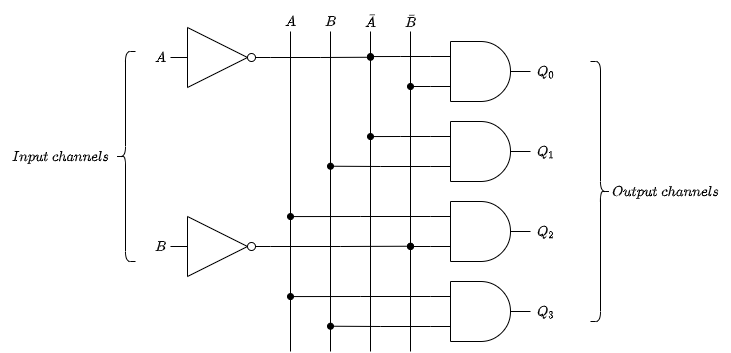
Earlier version of the draw.io export 2x4_decoder.png (pathakshashank17/Digital-Circuit-Diagrams). Source tidied: cells renumbered, new cells last; positions are measured from the earlier drawing's top-left corner, leaving out a move shared by most shapes. Its diagram source:
```xml
<mxGraphModel math="1">
  <root>
    <mxCell id="0" />
    <mxCell id="1" parent="0" />
    <mxCell id="2" style="endArrow=none;html=1;" parent="1" edge="1">
      <mxGeometry relative="1" as="geometry">
        <mxPoint x="290" y="340" as="sourcePoint" />
        <mxPoint x="290" y="20" as="targetPoint" />
      </mxGeometry>
    </mxCell>
    <mxCell id="3" style="endArrow=none;html=1;" parent="1" edge="1">
      <mxGeometry relative="1" as="geometry">
        <mxPoint x="330" y="340" as="sourcePoint" />
        <mxPoint x="330" y="20" as="targetPoint" />
      </mxGeometry>
    </mxCell>
    <mxCell id="4" style="endArrow=none;html=1;" parent="1" edge="1">
      <mxGeometry relative="1" as="geometry">
        <mxPoint x="370" y="340" as="sourcePoint" />
        <mxPoint x="370" y="20" as="targetPoint" />
      </mxGeometry>
    </mxCell>
    <mxCell id="5" style="endArrow=none;html=1;" parent="1" edge="1">
      <mxGeometry relative="1" as="geometry">
        <mxPoint x="410" y="340" as="sourcePoint" />
        <mxPoint x="410" y="20" as="targetPoint" />
      </mxGeometry>
    </mxCell>
    <mxCell id="6" style="edgeStyle=orthogonalEdgeStyle;rounded=0;jettySize=auto;html=1;exitX=0;exitY=0.25;exitDx=0;exitDy=0;exitPerimeter=0;endArrow=oval;endFill=1;" parent="1" edge="1" source="8">
      <mxGeometry relative="1" as="geometry">
        <mxPoint x="370" y="45.1" as="targetPoint" />
      </mxGeometry>
    </mxCell>
    <mxCell id="7" style="edgeStyle=orthogonalEdgeStyle;rounded=0;jettySize=auto;html=1;exitX=0;exitY=0.75;exitDx=0;exitDy=0;exitPerimeter=0;endArrow=oval;endFill=1;" parent="1" edge="1" source="8">
      <mxGeometry relative="1" as="geometry">
        <mxPoint x="410" y="74.7" as="targetPoint" />
      </mxGeometry>
    </mxCell>
    <mxCell id="8" style="verticalLabelPosition=bottom;shadow=0;dashed=0;align=center;html=1;verticalAlign=top;shape=mxgraph.electrical.logic_gates.logic_gate;operation=and;" parent="1" vertex="1">
      <mxGeometry x="430" y="30" width="100" height="60" as="geometry" />
    </mxCell>
    <mxCell id="9" style="edgeStyle=orthogonalEdgeStyle;rounded=0;jettySize=auto;html=1;exitX=0;exitY=0.25;exitDx=0;exitDy=0;exitPerimeter=0;endArrow=oval;endFill=1;" parent="1" edge="1" source="11">
      <mxGeometry relative="1" as="geometry">
        <mxPoint x="370" y="125.1" as="targetPoint" />
      </mxGeometry>
    </mxCell>
    <mxCell id="10" style="edgeStyle=orthogonalEdgeStyle;rounded=0;jettySize=auto;html=1;exitX=0;exitY=0.75;exitDx=0;exitDy=0;exitPerimeter=0;endArrow=oval;endFill=1;" parent="1" edge="1" source="11">
      <mxGeometry relative="1" as="geometry">
        <mxPoint x="330" y="154.7" as="targetPoint" />
      </mxGeometry>
    </mxCell>
    <mxCell id="11" style="verticalLabelPosition=bottom;shadow=0;dashed=0;align=center;html=1;verticalAlign=top;shape=mxgraph.electrical.logic_gates.logic_gate;operation=and;" parent="1" vertex="1">
      <mxGeometry x="430" y="110" width="100" height="60" as="geometry" />
    </mxCell>
    <mxCell id="12" style="edgeStyle=orthogonalEdgeStyle;rounded=0;jettySize=auto;html=1;exitX=0;exitY=0.25;exitDx=0;exitDy=0;exitPerimeter=0;endArrow=oval;endFill=1;" parent="1" edge="1" source="14">
      <mxGeometry relative="1" as="geometry">
        <mxPoint x="290" y="205.1" as="targetPoint" />
      </mxGeometry>
    </mxCell>
    <mxCell id="13" style="edgeStyle=orthogonalEdgeStyle;rounded=0;jettySize=auto;html=1;exitX=0;exitY=0.75;exitDx=0;exitDy=0;exitPerimeter=0;endArrow=oval;endFill=1;" parent="1" edge="1" source="14">
      <mxGeometry relative="1" as="geometry">
        <mxPoint x="410" y="234.7" as="targetPoint" />
      </mxGeometry>
    </mxCell>
    <mxCell id="14" style="verticalLabelPosition=bottom;shadow=0;dashed=0;align=center;html=1;verticalAlign=top;shape=mxgraph.electrical.logic_gates.logic_gate;operation=and;" parent="1" vertex="1">
      <mxGeometry x="430" y="190" width="100" height="60" as="geometry" />
    </mxCell>
    <mxCell id="15" style="edgeStyle=orthogonalEdgeStyle;rounded=0;jettySize=auto;html=1;exitX=0;exitY=0.25;exitDx=0;exitDy=0;exitPerimeter=0;endArrow=oval;endFill=1;" parent="1" edge="1" source="17">
      <mxGeometry relative="1" as="geometry">
        <mxPoint x="290" y="285.1" as="targetPoint" />
      </mxGeometry>
    </mxCell>
    <mxCell id="16" style="edgeStyle=orthogonalEdgeStyle;rounded=0;jettySize=auto;html=1;exitX=0;exitY=0.75;exitDx=0;exitDy=0;exitPerimeter=0;endArrow=oval;endFill=1;" parent="1" edge="1" source="17">
      <mxGeometry relative="1" as="geometry">
        <mxPoint x="330" y="314.7" as="targetPoint" />
      </mxGeometry>
    </mxCell>
    <mxCell id="17" style="verticalLabelPosition=bottom;shadow=0;dashed=0;align=center;html=1;verticalAlign=top;shape=mxgraph.electrical.logic_gates.logic_gate;operation=and;" parent="1" vertex="1">
      <mxGeometry x="430" y="270" width="100" height="60" as="geometry" />
    </mxCell>
    <mxCell id="18" style="edgeStyle=orthogonalEdgeStyle;rounded=0;jettySize=auto;html=1;exitX=1;exitY=0.5;exitDx=0;exitDy=0;exitPerimeter=0;endArrow=oval;endFill=1;" parent="1" edge="1" source="19">
      <mxGeometry relative="1" as="geometry">
        <mxPoint x="370" y="45.8" as="targetPoint" />
      </mxGeometry>
    </mxCell>
    <mxCell id="19" style="verticalLabelPosition=bottom;shadow=0;dashed=0;align=center;html=1;verticalAlign=top;shape=mxgraph.electrical.logic_gates.inverter_2;" parent="1" vertex="1">
      <mxGeometry x="170" y="16" width="100" height="60" as="geometry" />
    </mxCell>
    <mxCell id="20" style="edgeStyle=orthogonalEdgeStyle;rounded=0;jettySize=auto;html=1;exitX=1;exitY=0.5;exitDx=0;exitDy=0;exitPerimeter=0;endArrow=oval;endFill=1;" parent="1" edge="1" source="21">
      <mxGeometry relative="1" as="geometry">
        <mxPoint x="410" y="234.7" as="targetPoint" />
      </mxGeometry>
    </mxCell>
    <mxCell id="21" style="verticalLabelPosition=bottom;shadow=0;dashed=0;align=center;html=1;verticalAlign=top;shape=mxgraph.electrical.logic_gates.inverter_2;" parent="1" vertex="1">
      <mxGeometry x="170" y="205" width="100" height="60" as="geometry" />
    </mxCell>
    <mxCell id="22" value="$$A$$" style="text;html=1;align=center;verticalAlign=middle;points=[];strokeColor=none;fillColor=none;" parent="1" vertex="1">
      <mxGeometry x="135" y="36" width="50" height="20" as="geometry" />
    </mxCell>
    <mxCell id="23" value="$$B$$" style="text;html=1;align=center;verticalAlign=middle;points=[];strokeColor=none;fillColor=none;" parent="1" vertex="1">
      <mxGeometry x="135" y="225" width="50" height="20" as="geometry" />
    </mxCell>
    <mxCell id="24" value="$$A$$" style="text;html=1;align=center;verticalAlign=middle;strokeColor=none;fillColor=none;" parent="1" vertex="1">
      <mxGeometry x="265" width="50" height="20" as="geometry" />
    </mxCell>
    <mxCell id="25" value="$$B$$" style="text;html=1;align=center;verticalAlign=middle;strokeColor=none;fillColor=none;" parent="1" vertex="1">
      <mxGeometry x="305" width="50" height="20" as="geometry" />
    </mxCell>
    <mxCell id="26" value="$$\bar{A}$$" style="text;html=1;align=center;verticalAlign=middle;strokeColor=none;fillColor=none;" parent="1" vertex="1">
      <mxGeometry x="330" width="80" height="20" as="geometry" />
    </mxCell>
    <mxCell id="27" value="$$\bar{B}$$" style="text;html=1;align=center;verticalAlign=middle;strokeColor=none;fillColor=none;" parent="1" vertex="1">
      <mxGeometry x="370" width="80" height="20" as="geometry" />
    </mxCell>
    <mxCell id="28" value="$$Q_0$$" style="text;html=1;align=center;verticalAlign=middle;strokeColor=none;fillColor=none;" parent="1" vertex="1">
      <mxGeometry x="510" y="50" width="70" height="20" as="geometry" />
    </mxCell>
    <mxCell id="29" value="$$Q_1$$" style="text;html=1;align=center;verticalAlign=middle;strokeColor=none;fillColor=none;" parent="1" vertex="1">
      <mxGeometry x="510" y="130" width="70" height="20" as="geometry" />
    </mxCell>
    <mxCell id="30" value="$$Q_2$$" style="text;html=1;align=center;verticalAlign=middle;strokeColor=none;fillColor=none;" parent="1" vertex="1">
      <mxGeometry x="510" y="210" width="70" height="20" as="geometry" />
    </mxCell>
    <mxCell id="31" value="$$Q_3$$" style="text;html=1;align=center;verticalAlign=middle;strokeColor=none;fillColor=none;" parent="1" vertex="1">
      <mxGeometry x="510" y="290" width="70" height="20" as="geometry" />
    </mxCell>
    <mxCell id="32" style="shape=curlyBracket;whiteSpace=wrap;html=1;rounded=1;flipH=1;" parent="1" vertex="1">
      <mxGeometry x="590" y="50" width="20" height="260" as="geometry" />
    </mxCell>
    <mxCell id="33" value="$$Output\ channels$$" style="text;html=1;align=center;verticalAlign=middle;strokeColor=none;fillColor=none;" parent="1" vertex="1">
      <mxGeometry x="600" y="170" width="130" height="20" as="geometry" />
    </mxCell>
    <mxCell id="34" style="shape=curlyBracket;whiteSpace=wrap;html=1;rounded=1;" parent="1" vertex="1">
      <mxGeometry x="115" y="40" width="20" height="210" as="geometry" />
    </mxCell>
    <mxCell id="35" value="$$Input\ channels$$" style="text;html=1;align=center;verticalAlign=middle;strokeColor=none;fillColor=none;" parent="1" vertex="1">
      <mxGeometry y="135" width="120" height="20" as="geometry" />
    </mxCell>
  </root>
</mxGraphModel>
```
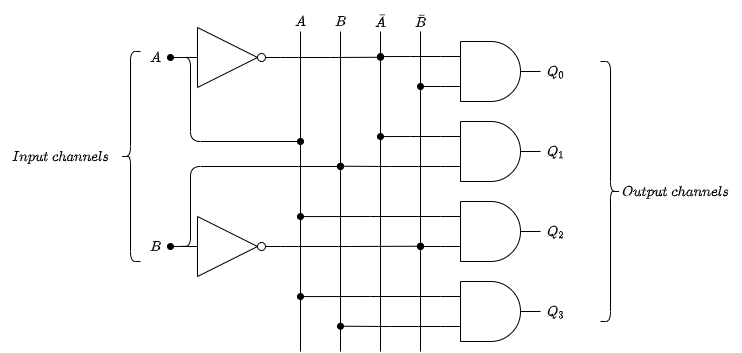
After the change.

Diff of the diagram source:
```diff
@@ -83,6 +83,11 @@
         <mxPoint x="370" y="45.8" as="targetPoint" />
       </mxGeometry>
     </mxCell>
+    <mxCell id="36" style="edgeStyle=orthogonalEdgeStyle;rounded=0;jettySize=auto;html=1;exitX=0;exitY=0.5;exitDx=0;exitDy=0;exitPerimeter=0;endArrow=oval;endFill=1;" parent="1" edge="1" source="19">
+      <mxGeometry relative="1" as="geometry">
+        <mxPoint x="160" y="46" as="targetPoint" />
+      </mxGeometry>
+    </mxCell>
     <mxCell id="19" style="verticalLabelPosition=bottom;shadow=0;dashed=0;align=center;html=1;verticalAlign=top;shape=mxgraph.electrical.logic_gates.inverter_2;" parent="1" vertex="1">
       <mxGeometry x="170" y="16" width="100" height="60" as="geometry" />
     </mxCell>
@@ -91,14 +96,19 @@
         <mxPoint x="410" y="234.7" as="targetPoint" />
       </mxGeometry>
     </mxCell>
+    <mxCell id="37" style="edgeStyle=orthogonalEdgeStyle;rounded=0;jettySize=auto;html=1;exitX=0;exitY=0.5;exitDx=0;exitDy=0;exitPerimeter=0;endArrow=oval;endFill=1;" parent="1" edge="1" source="21">
+      <mxGeometry relative="1" as="geometry">
+        <mxPoint x="160" y="235" as="targetPoint" />
+      </mxGeometry>
+    </mxCell>
     <mxCell id="21" style="verticalLabelPosition=bottom;shadow=0;dashed=0;align=center;html=1;verticalAlign=top;shape=mxgraph.electrical.logic_gates.inverter_2;" parent="1" vertex="1">
       <mxGeometry x="170" y="205" width="100" height="60" as="geometry" />
     </mxCell>
     <mxCell id="22" value="$$A$$" style="text;html=1;align=center;verticalAlign=middle;points=[];strokeColor=none;fillColor=none;" parent="1" vertex="1">
-      <mxGeometry x="135" y="36" width="50" height="20" as="geometry" />
+      <mxGeometry x="120" y="36" width="50" height="20" as="geometry" />
     </mxCell>
     <mxCell id="23" value="$$B$$" style="text;html=1;align=center;verticalAlign=middle;points=[];strokeColor=none;fillColor=none;" parent="1" vertex="1">
-      <mxGeometry x="135" y="225" width="50" height="20" as="geometry" />
+      <mxGeometry x="120" y="225" width="50" height="20" as="geometry" />
     </mxCell>
     <mxCell id="24" value="$$A$$" style="text;html=1;align=center;verticalAlign=middle;strokeColor=none;fillColor=none;" parent="1" vertex="1">
       <mxGeometry x="265" width="50" height="20" as="geometry" />
@@ -131,10 +141,26 @@
       <mxGeometry x="600" y="170" width="130" height="20" as="geometry" />
     </mxCell>
     <mxCell id="34" style="shape=curlyBracket;whiteSpace=wrap;html=1;rounded=1;" parent="1" vertex="1">
-      <mxGeometry x="115" y="40" width="20" height="210" as="geometry" />
+      <mxGeometry x="110" y="40" width="20" height="210" as="geometry" />
     </mxCell>
     <mxCell id="35" value="$$Input\ channels$$" style="text;html=1;align=center;verticalAlign=middle;strokeColor=none;fillColor=none;" parent="1" vertex="1">
-      <mxGeometry y="135" width="120" height="20" as="geometry" />
+      <mxGeometry x="-10" y="135" width="120" height="20" as="geometry" />
     </mxCell>
+    <mxCell id="38" style="edgeStyle=elbowEdgeStyle;elbow=horizontal;endArrow=oval;html=1;endFill=1;" parent="1" edge="1" source="22">
+      <mxGeometry relative="1" as="geometry">
+        <mxPoint x="290" y="130" as="targetPoint" />
+        <Array as="points">
+          <mxPoint x="180" y="90" />
+        </Array>
+      </mxGeometry>
+    </mxCell>
+    <mxCell id="39" style="edgeStyle=elbowEdgeStyle;elbow=horizontal;endArrow=oval;html=1;exitX=1.002;exitY=0.493;exitDx=0;exitDy=0;exitPerimeter=0;endFill=1;" parent="1" edge="1" source="23">
+      <mxGeometry relative="1" as="geometry">
+        <mxPoint x="330" y="155" as="targetPoint" />
+        <Array as="points">
+          <mxPoint x="180" y="190" />
+        </Array>
+      </mxGeometry>
+    </mxCell>
   </root>
 </mxGraphModel>
```
